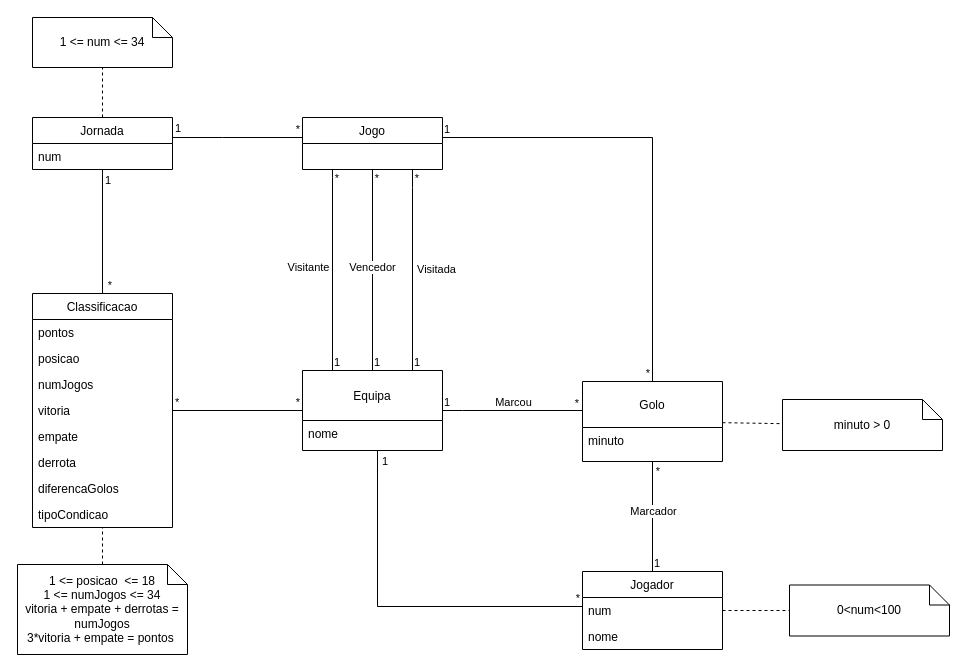
Before: uml/primeira_liga.drawio in jamcunha/feup-bd, a draw.io diagram. Source tidied: cells renumbered, new cells numbered last; positions are measured from the earlier drawing's top-left corner, leaving out a move shared by most shapes. Both pictures are drawn from the tidied source at 100%, with x=0, y=0 at pixel (17, 17).
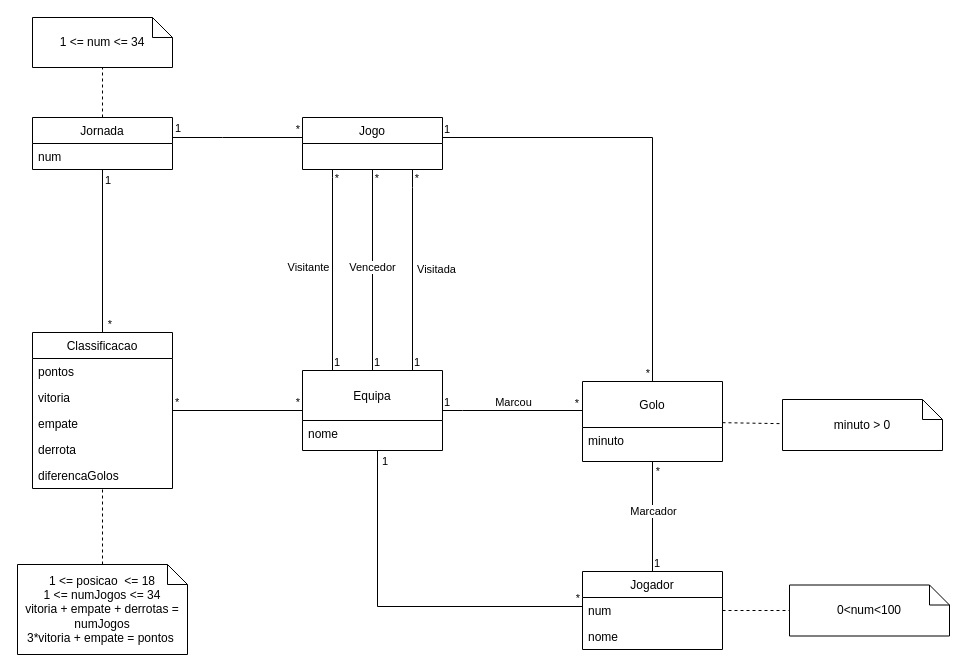
Above is the later version.

Commit message:
modifications to UML

Change to the diagram source:
```diff
@@
     <mxCell id="32" value="Classificacao" style="swimlane;fontStyle=0;horizontal=1;startSize=26;fillColor=none;" parent="1" vertex="1">
-      <mxGeometry x="15" y="276" width="140" height="234" as="geometry" />
+      <mxGeometry x="15" y="315" width="140" height="156" as="geometry" />
     </mxCell>
@@
-    <mxCell id="34" value="posicao" style="text;strokeColor=none;fillColor=none;align=left;verticalAlign=top;spacingLeft=4;spacingRight=4;overflow=hidden;" parent="32" vertex="1">
-      <mxGeometry y="52" width="140" height="26" as="geometry" />
-    </mxCell>
-    <mxCell id="35" value="numJogos" style="text;strokeColor=none;fillColor=none;align=left;verticalAlign=top;spacingLeft=4;spacingRight=4;overflow=hidden;" parent="32" vertex="1">
-      <mxGeometry y="78" width="140" height="26" as="geometry" />
-    </mxCell>
     <mxCell id="36" value="vitoria" style="text;strokeColor=none;fillColor=none;align=left;verticalAlign=top;spacingLeft=4;spacingRight=4;overflow=hidden;" parent="32" vertex="1">
-      <mxGeometry y="104" width="140" height="26" as="geometry" />
+      <mxGeometry y="52" width="140" height="26" as="geometry" />
     </mxCell>
     <mxCell id="37" value="empate" style="text;strokeColor=none;fillColor=none;align=left;verticalAlign=top;spacingLeft=4;spacingRight=4;overflow=hidden;" parent="32" vertex="1">
-      <mxGeometry y="130" width="140" height="26" as="geometry" />
+      <mxGeometry y="78" width="140" height="26" as="geometry" />
     </mxCell>
     <mxCell id="38" value="derrota" style="text;strokeColor=none;fillColor=none;align=left;verticalAlign=top;spacingLeft=4;spacingRight=4;overflow=hidden;" parent="32" vertex="1">
-      <mxGeometry y="156" width="140" height="26" as="geometry" />
+      <mxGeometry y="104" width="140" height="26" as="geometry" />
     </mxCell>
     <mxCell id="39" value="diferencaGolos" style="text;strokeColor=none;fillColor=none;align=left;verticalAlign=top;spacingLeft=4;spacingRight=4;overflow=hidden;" parent="32" vertex="1">
-      <mxGeometry y="182" width="140" height="26" as="geometry" />
+      <mxGeometry y="130" width="140" height="26" as="geometry" />
     </mxCell>
-    <mxCell id="40" value="tipoCondicao" style="text;strokeColor=none;fillColor=none;align=left;verticalAlign=top;spacingLeft=4;spacingRight=4;overflow=hidden;" parent="32" vertex="1">
-      <mxGeometry y="208" width="140" height="26" as="geometry" />
-    </mxCell>
```
